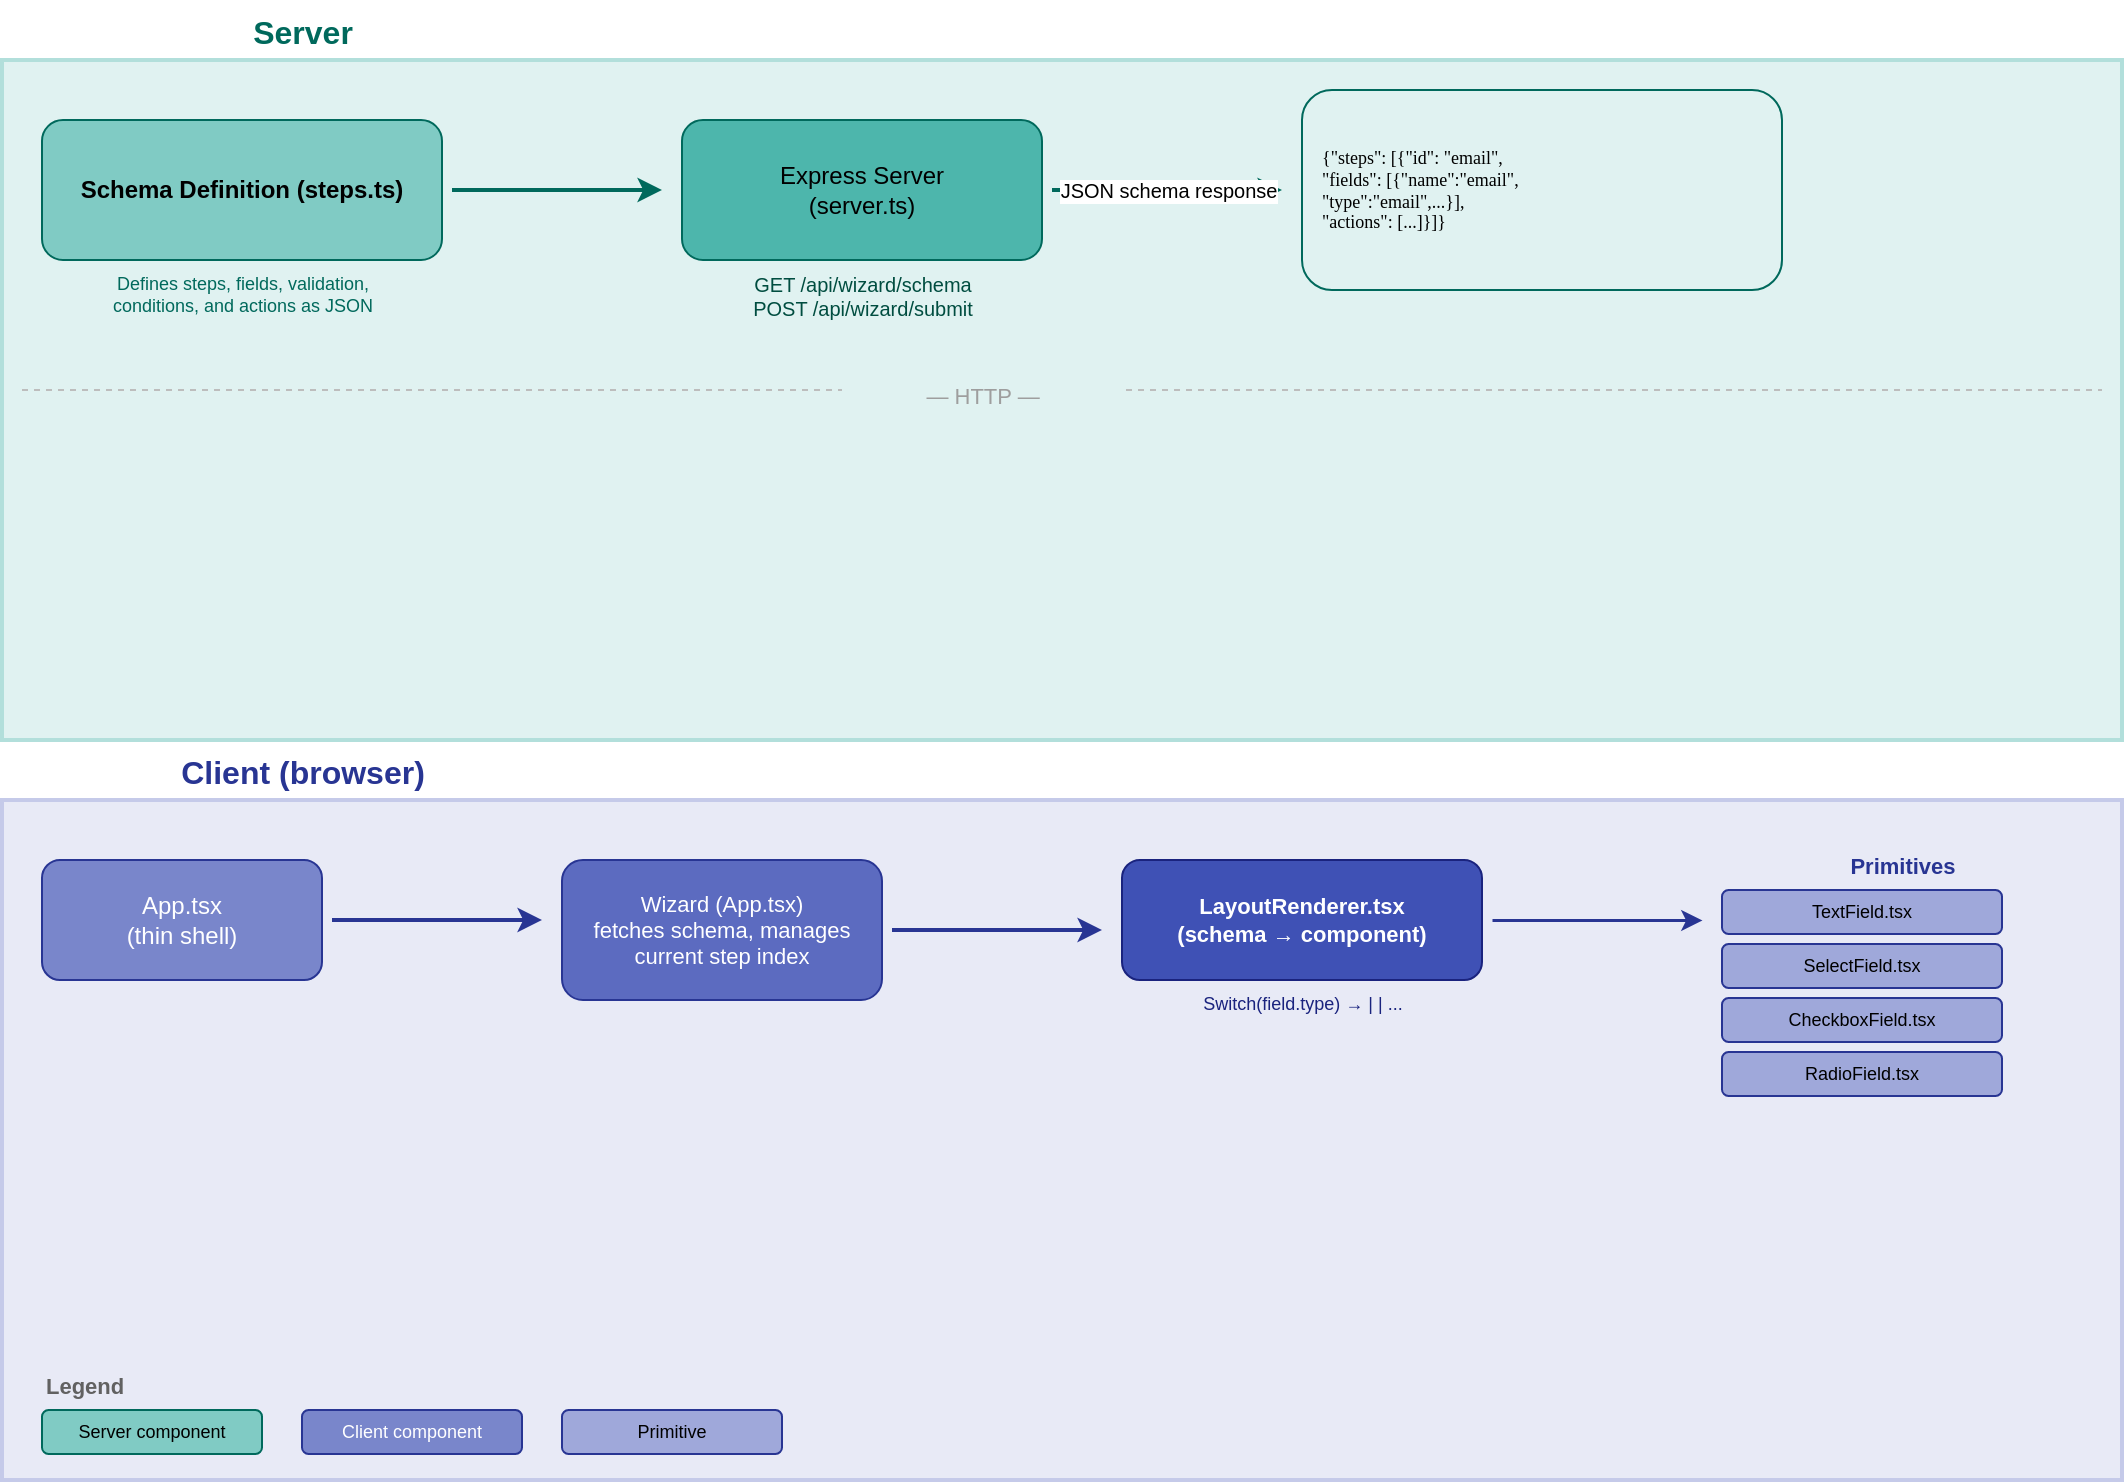
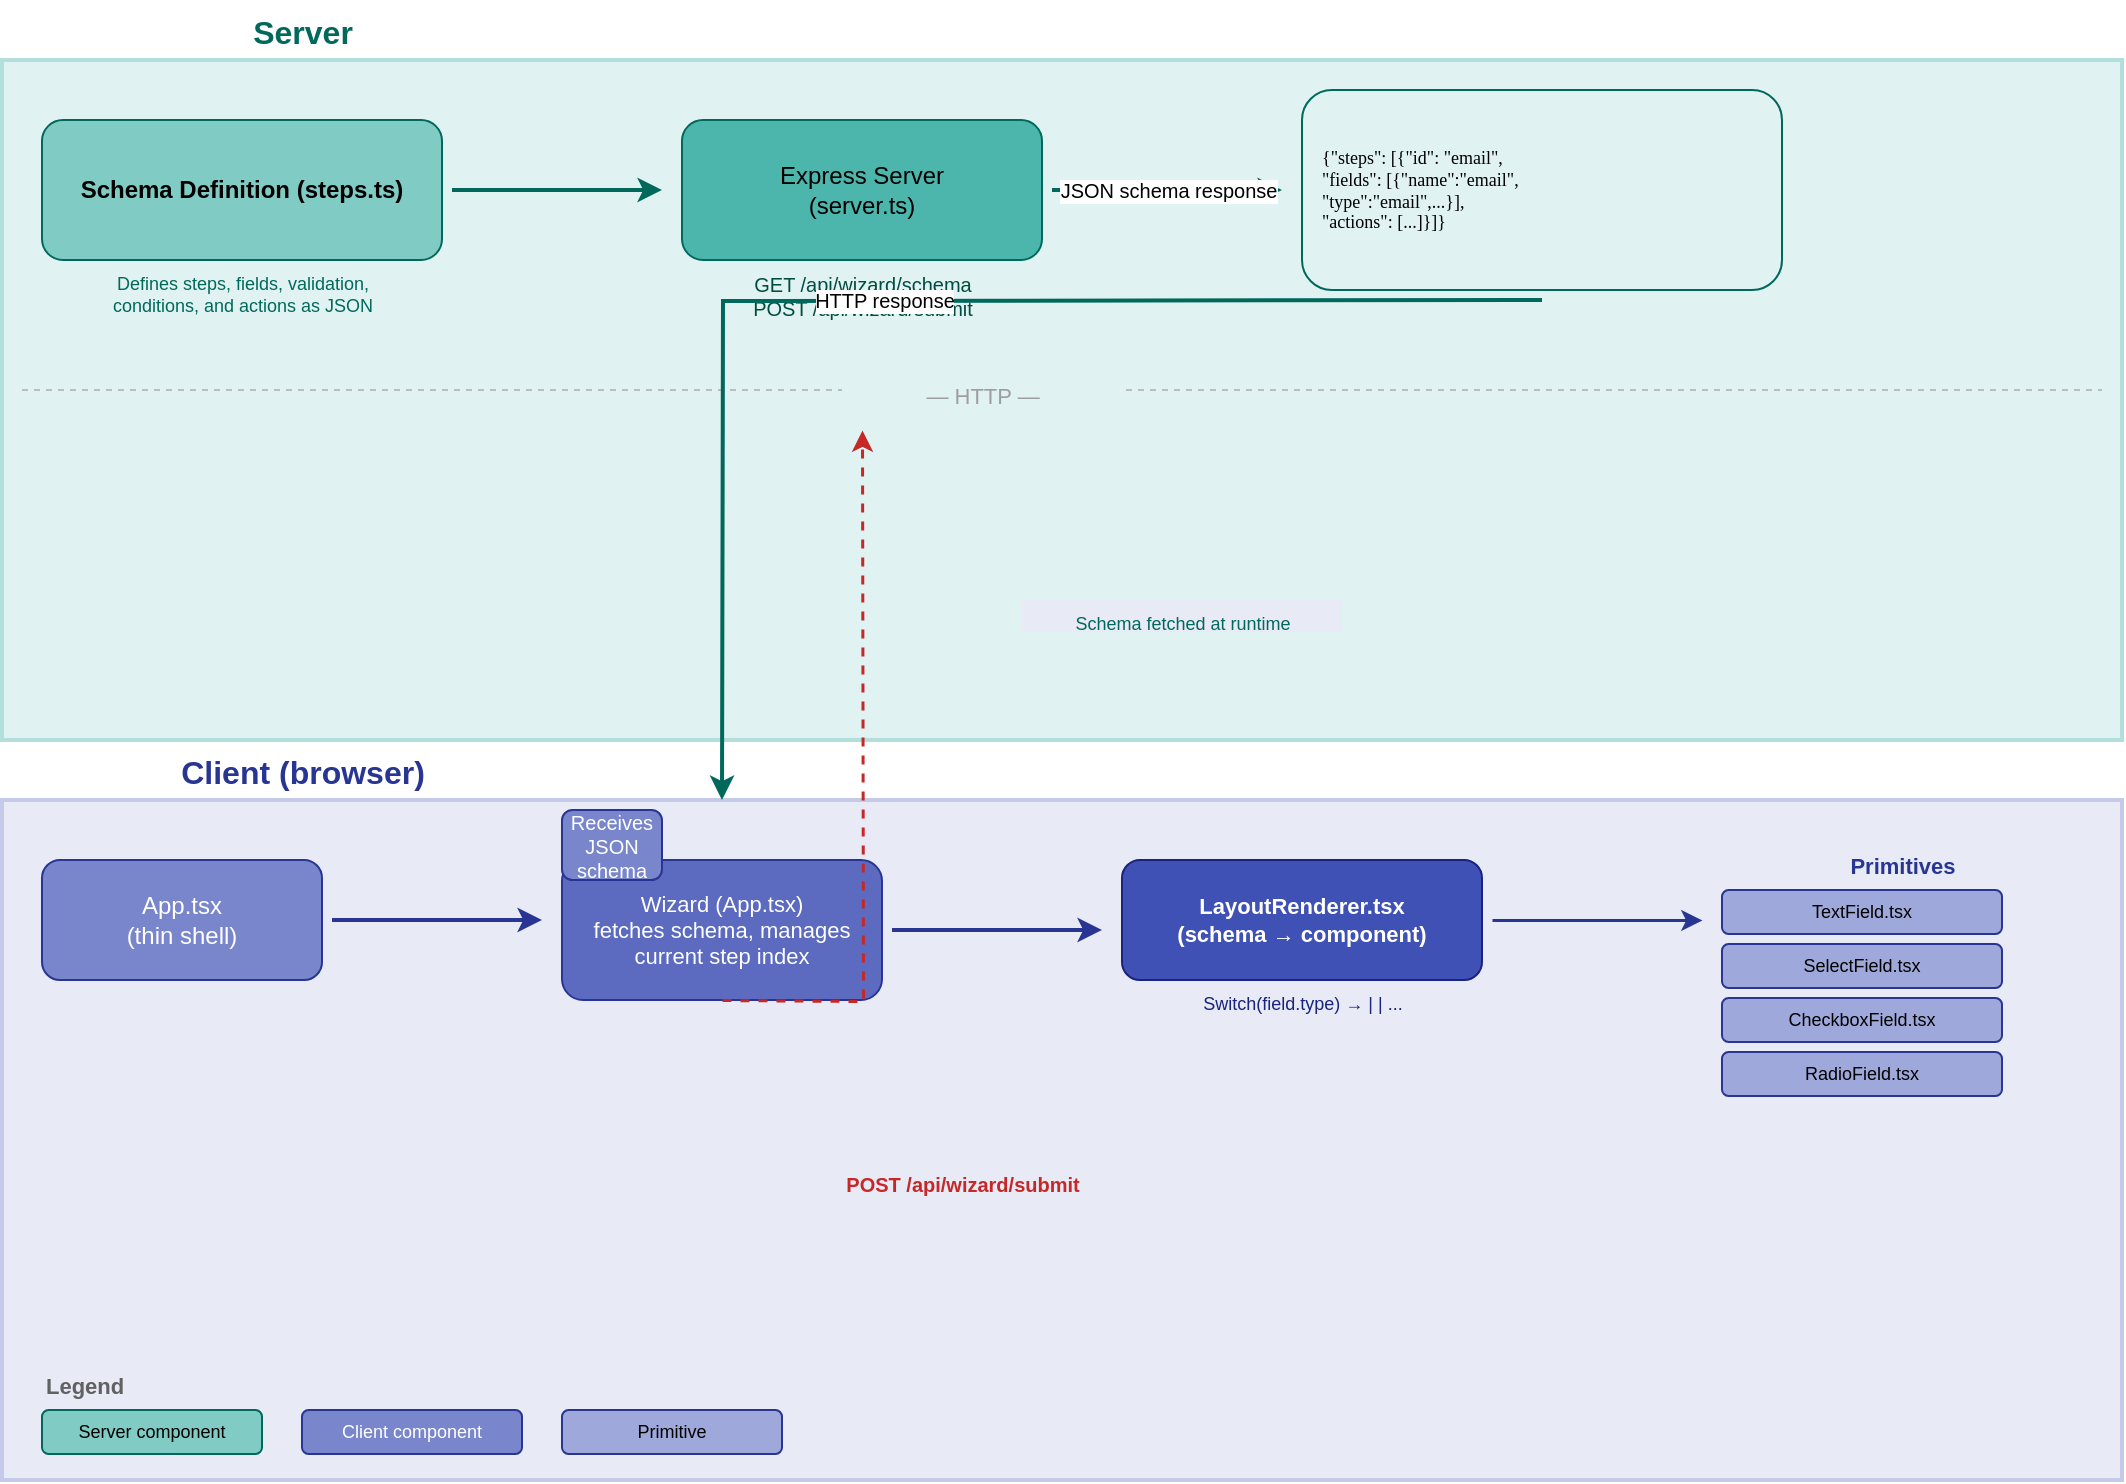
<mxfile host="app.diagrams.net" modified="2026-07-02T11:00:00Z" agent="Mozilla/5.0" version="24.2.5">
  <diagram name="Architecture Flow" id="flow">
    <mxGraphModel dx="0" dy="0" grid="1" gridSize="10" guides="1" tooltips="1" connect="1" arrows="1" fold="1" page="1" pageScale="1" pageWidth="1100" pageHeight="850" math="0" shadow="0">
      <root>
        <mxCell id="0" />
        <mxCell id="1" parent="0" />

        <!-- Section: Server -->
        <mxCell id="s-server" value="Server" style="text;html=1;strokeColor=none;fillColor=none;align=center;fontSize=16;fontStyle=1;fontColor=#00695c;" vertex="1" parent="1">
          <mxGeometry x="20" y="10" width="300" height="30" as="geometry" />
        </mxCell>

        <mxCell id="bg-server" value="" style="rounded=0;whiteSpace=window;fillColor=#e0f2f1;strokeColor=#b2dfdb;strokeWidth=2;fontSize=12;html=1;" vertex="1" parent="1">
          <mxGeometry x="20" y="40" width="1060" height="340" as="geometry" />
        </mxCell>

        <!-- Schema definition -->
        <mxCell id="schema-def" value="Schema Definition (steps.ts)" style="rounded=1;whiteSpace=wrap;html=1;fillColor=#80cbc4;strokeColor=#00695c;fontSize=12;fontStyle=1;" vertex="1" parent="1">
          <mxGeometry x="40" y="70" width="200" height="70" as="geometry" />
        </mxCell>

        <mxCell id="schema-def-note" value="Defines steps, fields, validation,&#10;conditions, and actions as JSON" style="text;html=1;strokeColor=none;fillColor=none;align=center;fontSize=9;fontColor=#00695c;" vertex="1" parent="1">
          <mxGeometry x="40" y="140" width="200" height="30" as="geometry" />
        </mxCell>

        <!-- Arrow: schema → server -->
        <mxCell id="arrow-schema-server" value="" style="edgeStyle=orthogonalEdgeStyle;rounded=0;orthogonalLoop=1;jettySize=auto;html=1;exitX=1;exitY=0.5;entryX=0;entryY=0.5;strokeWidth=2;strokeColor=#00695c;" edge="1" parent="1">
          <mxGeometry relative="1" as="geometry">
            <mxPoint x="245" y="105" as="sourcePoint" />
            <mxPoint x="350" y="105" as="targetPoint" />
          </mxGeometry>
        </mxCell>

        <!-- Express server -->
        <mxCell id="express-server" value="Express Server&#10;(server.ts)" style="rounded=1;whiteSpace=wrap;html=1;fillColor=#4db6ac;strokeColor=#00695c;fontSize=12;" vertex="1" parent="1">
          <mxGeometry x="360" y="70" width="180" height="70" as="geometry" />
        </mxCell>

        <mxCell id="express-note" value="GET /api/wizard/schema&#10;POST /api/wizard/submit" style="text;html=1;strokeColor=none;fillColor=none;align=center;fontSize=10;fontColor=#004d40;" vertex="1" parent="1">
          <mxGeometry x="360" y="140" width="180" height="30" as="geometry" />
        </mxCell>

        <!-- Arrow: server → response -->
        <mxCell id="arrow-server-response" value="JSON schema response" style="edgeStyle=orthogonalEdgeStyle;rounded=0;orthogonalLoop=1;jettySize=auto;html=1;exitX=1;exitY=0.5;entryX=0;entryY=0.5;strokeWidth=2;strokeColor=#00695c;fontSize=10;" edge="1" parent="1">
          <mxGeometry relative="1" as="geometry">
            <mxPoint x="545" y="105" as="sourcePoint" />
            <mxPoint x="660" y="105" as="targetPoint" />
          </mxGeometry>
        </mxCell>

        <!-- JSON response preview -->
        <mxCell id="json-preview" value="{&quot;steps&quot;: [{&quot;id&quot;: &quot;email&quot;,&#10; &quot;fields&quot;: [{&quot;name&quot;:&quot;email&quot;,&#10; &quot;type&quot;:&quot;email&quot;,...}],&#10; &quot;actions&quot;: [...]}]}" style="rounded=1;whiteSpace=pre;html=1;fillColor=#e0f2f1;strokeColor=#00695c;fontSize=9;fontFamily=Consolas;align=left;spacingLeft=8;" vertex="1" parent="1">
          <mxGeometry x="670" y="55" width="240" height="100" as="geometry" />
        </mxCell>

        <!-- Divider -->
        <mxCell id="divider-line" value="" style="line;strokeWidth=1;strokeColor=#bdbdbd;dashed=1;html=1;" vertex="1" parent="1">
          <mxGeometry x="30" y="200" width="1040" height="10" as="geometry" />
        </mxCell>

        <mxCell id="divider-label" value="— HTTP —" style="text;html=1;strokeColor=none;fillColor=#e0f2f1;align=center;fontSize=11;fontColor=#9e9e9e;" vertex="1" parent="1">
          <mxGeometry x="440" y="195" width="140" height="18" as="geometry" />
        </mxCell>

        <!-- Section: Client -->
        <mxCell id="s-client" value="Client (browser)" style="text;html=1;strokeColor=none;fillColor=none;align=center;fontSize=16;fontStyle=1;fontColor=#283593;" vertex="1" parent="1">
          <mxGeometry x="20" y="380" width="300" height="30" as="geometry" />
        </mxCell>

        <mxCell id="bg-client" value="" style="rounded=0;whiteSpace=window;fillColor=#e8eaf6;strokeColor=#c5cae9;strokeWidth=2;fontSize=12;html=1;" vertex="1" parent="1">
          <mxGeometry x="20" y="410" width="1060" height="340" as="geometry" />
        </mxCell>

        <!-- Client app shell -->
        <mxCell id="client-app" value="App.tsx&#10;(thin shell)" style="rounded=1;whiteSpace=wrap;html=1;fillColor=#7986cb;strokeColor=#283593;fontSize=12;fontColor=#ffffff;" vertex="1" parent="1">
          <mxGeometry x="40" y="440" width="140" height="60" as="geometry" />
        </mxCell>

        <!-- Arrow: app → wizard -->
        <mxCell id="arrow-app-wizard" value="" style="edgeStyle=orthogonalEdgeStyle;rounded=0;orthogonalLoop=1;jettySize=auto;html=1;exitX=1;exitY=0.5;entryX=0;entryY=0.5;strokeWidth=2;strokeColor=#283593;" edge="1" parent="1">
          <mxGeometry relative="1" as="geometry">
            <mxPoint x="185" y="470" as="sourcePoint" />
            <mxPoint x="290" y="470" as="targetPoint" />
          </mxGeometry>
        </mxCell>

        <!-- Wizard container -->
        <mxCell id="wizard-container" value="Wizard (App.tsx)&#10;fetches schema, manages&#10;current step index" style="rounded=1;whiteSpace=wrap;html=1;fillColor=#5c6bc0;strokeColor=#283593;fontSize=11;fontColor=#ffffff;" vertex="1" parent="1">
          <mxGeometry x="300" y="440" width="160" height="70" as="geometry" />
        </mxCell>

        <!-- Arrow: wizard → renderer -->
        <mxCell id="arrow-wizard-renderer" value="" style="edgeStyle=orthogonalEdgeStyle;rounded=0;orthogonalLoop=1;jettySize=auto;html=1;exitX=1;exitY=0.5;entryX=0;entryY=0.5;strokeWidth=2;strokeColor=#283593;" edge="1" parent="1">
          <mxGeometry relative="1" as="geometry">
            <mxPoint x="465" y="475" as="sourcePoint" />
            <mxPoint x="570" y="475" as="targetPoint" />
          </mxGeometry>
        </mxCell>

        <!-- LayoutRenderer -->
        <mxCell id="layout-renderer" value="LayoutRenderer.tsx&#10;(schema → component)" style="rounded=1;whiteSpace=wrap;html=1;fillColor=#3f51b5;strokeColor=#1a237e;fontSize=11;fontColor=#ffffff;fontStyle=1;" vertex="1" parent="1">
          <mxGeometry x="580" y="440" width="180" height="60" as="geometry" />
        </mxCell>

        <mxCell id="renderer-note" value="Switch(field.type) → &lt;TextField/&gt; | &lt;SelectField/&gt; | ..." style="text;html=1;strokeColor=none;fillColor=none;align=center;fontSize=9;fontColor=#1a237e;" vertex="1" parent="1">
          <mxGeometry x="580" y="500" width="180" height="16" as="geometry" />
        </mxCell>

        <!-- Arrow: renderer → primitives -->
        <mxCell id="arrow-renderer-prims" value="" style="edgeStyle=orthogonalEdgeStyle;rounded=0;orthogonalLoop=1;jettySize=auto;html=1;exitX=1;exitY=0.5;entryX=0;entryY=0.5;strokeWidth=1.5;strokeColor=#283593;" edge="1" parent="1">
          <mxGeometry relative="1" as="geometry">
            <mxPoint x="765" y="470" as="sourcePoint" />
            <mxPoint x="870" y="470" as="targetPoint" />
          </mxGeometry>
        </mxCell>

        <!-- Primitives -->
        <mxCell id="primitives-title" value="Primitives" style="text;html=1;strokeColor=none;fillColor=none;align=center;fontSize=11;fontStyle=1;fontColor=#283593;" vertex="1" parent="1">
          <mxGeometry x="880" y="430" width="180" height="20" as="geometry" />
        </mxCell>

        <mxCell id="prim-text" value="TextField.tsx" style="rounded=1;whiteSpace=wrap;html=1;fillColor=#9fa8da;strokeColor=#283593;fontSize=9;" vertex="1" parent="1">
          <mxGeometry x="880" y="455" width="140" height="22" as="geometry" />
        </mxCell>

        <mxCell id="prim-select" value="SelectField.tsx" style="rounded=1;whiteSpace=wrap;html=1;fillColor=#9fa8da;strokeColor=#283593;fontSize=9;" vertex="1" parent="1">
          <mxGeometry x="880" y="482" width="140" height="22" as="geometry" />
        </mxCell>

        <mxCell id="prim-checkbox" value="CheckboxField.tsx" style="rounded=1;whiteSpace=wrap;html=1;fillColor=#9fa8da;strokeColor=#283593;fontSize=9;" vertex="1" parent="1">
          <mxGeometry x="880" y="509" width="140" height="22" as="geometry" />
        </mxCell>

        <mxCell id="prim-radio" value="RadioField.tsx" style="rounded=1;whiteSpace=wrap;html=1;fillColor=#9fa8da;strokeColor=#283593;fontSize=9;" vertex="1" parent="1">
          <mxGeometry x="880" y="536" width="140" height="22" as="geometry" />
        </mxCell>

        <!-- Legend -->
        <mxCell id="legend" value="Legend" style="text;html=1;strokeColor=none;fillColor=none;align=left;fontSize=11;fontStyle=1;fontColor=#616161;" vertex="1" parent="1">
          <mxGeometry x="40" y="690" width="60" height="20" as="geometry" />
        </mxCell>

        <mxCell id="legend-srv" value="Server component" style="rounded=1;whiteSpace=wrap;html=1;fillColor=#80cbc4;strokeColor=#00695c;fontSize=9;" vertex="1" parent="1">
          <mxGeometry x="40" y="715" width="110" height="22" as="geometry" />
        </mxCell>

        <mxCell id="legend-cli" value="Client component" style="rounded=1;whiteSpace=wrap;html=1;fillColor=#7986cb;strokeColor=#283593;fontSize=9;fontColor=#ffffff;" vertex="1" parent="1">
          <mxGeometry x="170" y="715" width="110" height="22" as="geometry" />
        </mxCell>

        <mxCell id="legend-prim" value="Primitive" style="rounded=1;whiteSpace=wrap;html=1;fillColor=#9fa8da;strokeColor=#283593;fontSize=9;" vertex="1" parent="1">
          <mxGeometry x="300" y="715" width="110" height="22" as="geometry" />
        </mxCell>
+ 
+         <!-- Data submission flow (POST) -->
+         <mxCell id="post-arrow-label" value="POST /api/wizard/submit" style="text;html=1;strokeColor=none;fillColor=none;align=center;fontSize=10;fontColor=#c62828;fontStyle=1;" vertex="1" parent="1">
+           <mxGeometry x="430" y="590" width="140" height="16" as="geometry" />
+         </mxCell>
+ 
+         <mxCell id="post-arrow" value="" style="edgeStyle=orthogonalEdgeStyle;rounded=0;orthogonalLoop=1;jettySize=auto;html=1;exitX=0.5;exitY=1;entryX=0.5;entryY=0;strokeWidth=1.5;strokeColor=#c62828;dashed=1;fontSize=10;" edge="1" parent="1">
+           <mxGeometry relative="1" as="geometry">
+             <mxPoint x="380" y="510" as="sourcePoint" />
+             <mxPoint x="450" y="225" as="targetPoint" />
+           </mxGeometry>
+         </mxCell>
+ 
+         <!-- Arrow from schema to client -->
+         <mxCell id="http-schema-arrow" value="HTTP response" style="edgeStyle=orthogonalEdgeStyle;rounded=0;orthogonalLoop=1;jettySize=auto;html=1;exitX=1;exitY=0.5;entryX=0.5;entryY=0;strokeWidth=2;strokeColor=#00695c;fontSize=10;" edge="1" parent="1">
+           <mxGeometry relative="1" as="geometry">
+             <mxPoint x="790" y="160" as="sourcePoint" />
+             <mxPoint x="380" y="410" as="targetPoint" />
+           </mxGeometry>
+         </mxCell>
+ 
+         <mxCell id="http-schema-label" value="Schema fetched at runtime" style="text;html=1;strokeColor=none;fillColor=#e8eaf6;align=center;fontSize=9;fontColor=#00695c;" vertex="1" parent="1">
+           <mxGeometry x="530" y="310" width="160" height="16" as="geometry" />
+         </mxCell>
+ 
+         <!-- Client receives schema -->
+         <mxCell id="client-receive" value="Receives JSON&#10;schema" style="rounded=1;whiteSpace=wrap;html=1;fillColor=#7986cb;strokeColor=#283593;fontSize=10;fontColor=#ffffff;" vertex="1" parent="1">
+           <mxGeometry x="300" y="415" width="50" height="35" as="geometry" />
+         </mxCell>
      </root>
    </mxGraphModel>
  </diagram>
</mxfile>
